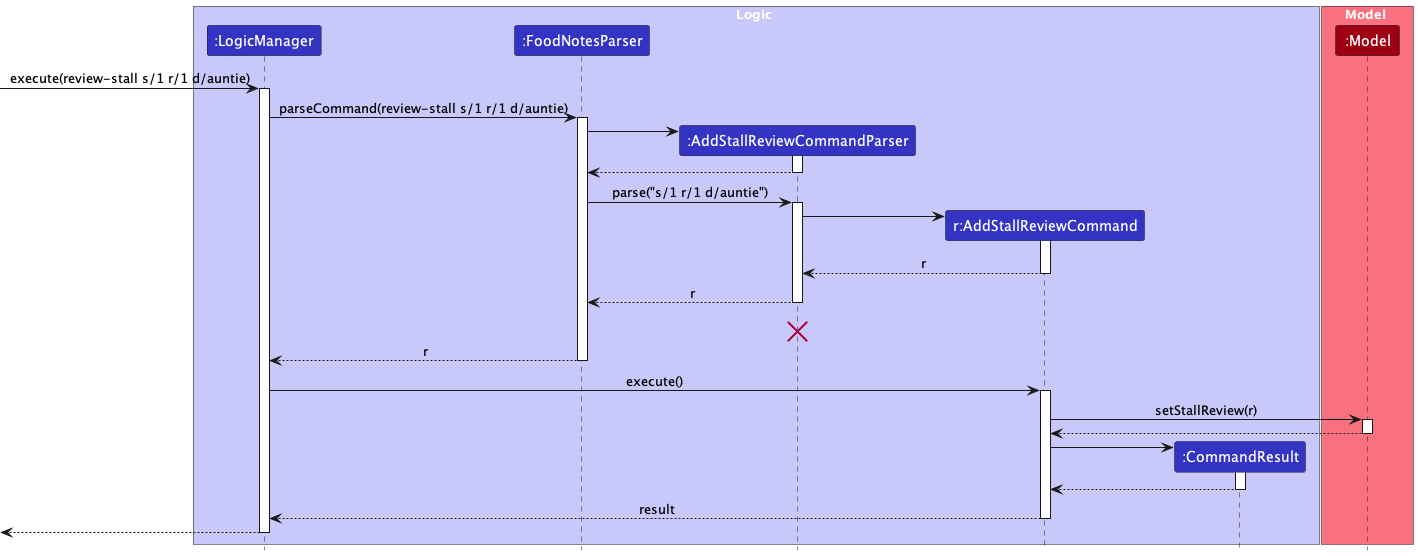
Before: docs/images/ReviewStallDiagram.png, a diagram exported from PlantUML (teoks0199/tp).
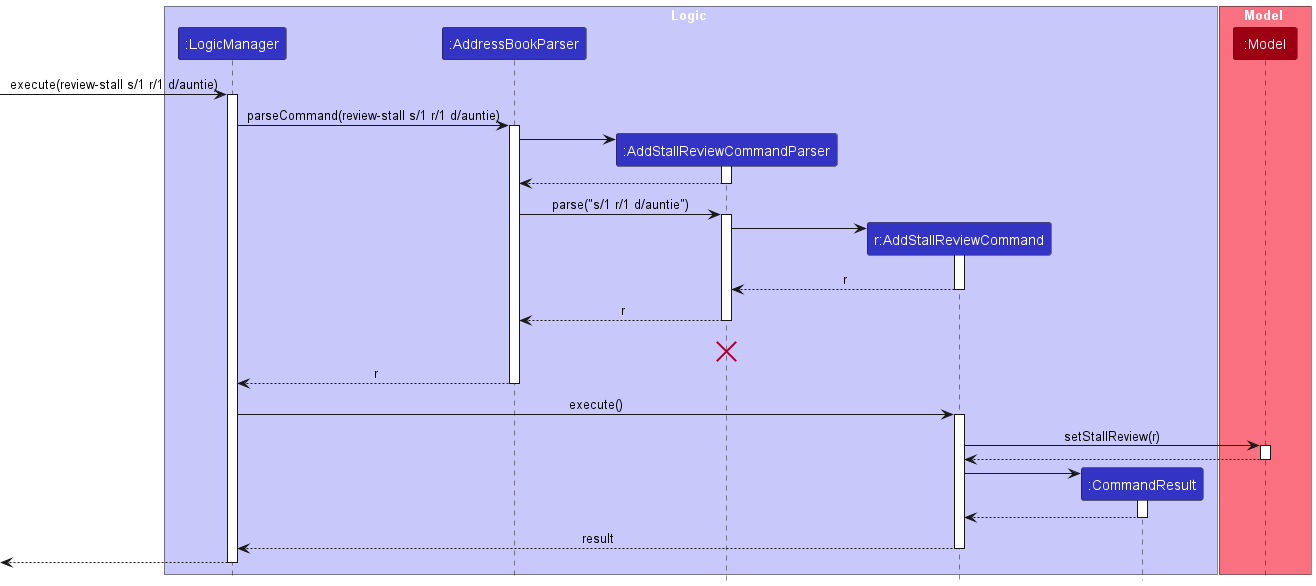
After the commit.

The edit, as a diff of the source:
```diff
@@ -4,7 +4,7 @@
 
 box Logic LOGIC_COLOR_T1
 participant ":LogicManager" as LogicManager LOGIC_COLOR
-participant ":FoodNotesParser" as FoodNotesParser LOGIC_COLOR
+participant ":AddressBookParser" as AddressBookParser LOGIC_COLOR
 participant ":AddStallReviewCommandParser"  as AddStallReviewCommandParser LOGIC_COLOR
 participant "r:AddStallReviewCommand" as AddStallReviewCommand LOGIC_COLOR
 participant ":CommandResult" as CommandResult LOGIC_COLOR
@@ -16,17 +16,17 @@
 activate LogicManager
 
 
-LogicManager -> FoodNotesParser : parseCommand(review-stall s/1 r/1 d/auntie)
-activate FoodNotesParser
+LogicManager -> AddressBookParser : parseCommand(review-stall s/1 r/1 d/auntie)
+activate AddressBookParser
 
 create AddStallReviewCommandParser
-FoodNotesParser -> AddStallReviewCommandParser
+AddressBookParser -> AddStallReviewCommandParser
 activate AddStallReviewCommandParser
 
-AddStallReviewCommandParser --> FoodNotesParser
+AddStallReviewCommandParser --> AddressBookParser
 deactivate AddStallReviewCommandParser
 
-FoodNotesParser -> AddStallReviewCommandParser : parse("s/1 r/1 d/auntie")
+AddressBookParser -> AddStallReviewCommandParser : parse("s/1 r/1 d/auntie")
 activate AddStallReviewCommandParser
 
 create AddStallReviewCommand
@@ -36,14 +36,14 @@
 AddStallReviewCommand --> AddStallReviewCommandParser : r
 deactivate AddStallReviewCommand
 
-AddStallReviewCommandParser --> FoodNotesParser: r
+AddStallReviewCommandParser --> AddressBookParser: r
 deactivate AddStallReviewCommandParser
-AddStallReviewCommandParser -[hidden]-> FoodNotesParser: r
+AddStallReviewCommandParser -[hidden]-> AddressBookParser: r
 destroy AddStallReviewCommandParser
 
 
-FoodNotesParser --> LogicManager : r
-deactivate FoodNotesParser
+AddressBookParser --> LogicManager : r
+deactivate AddressBookParser
 
 LogicManager -> AddStallReviewCommand : execute()
 activate AddStallReviewCommand
```
